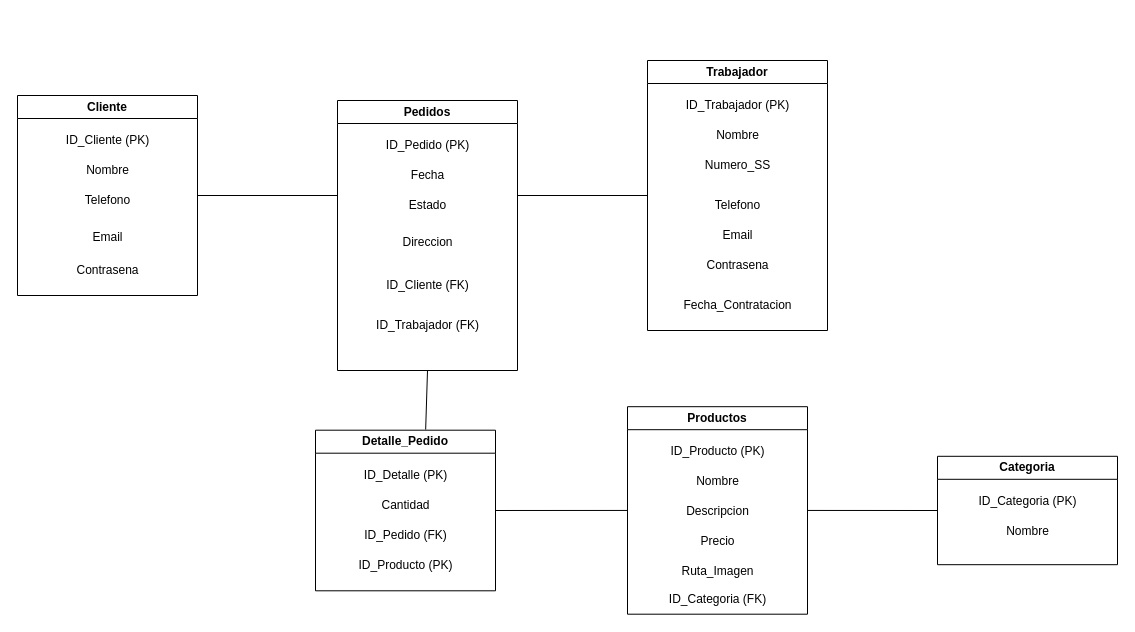
This is Modelo-Relacional/Modelo Relacional.drawio from jblas7/web-final, a draw.io file, before an edit. Source tidied: cells renumbered, new cells numbered last; positions are measured from the earlier drawing's top-left corner, leaving out a move shared by most shapes. Both pictures are drawn from the tidied source at 100%, with x=0, y=0 at pixel (17, 60).
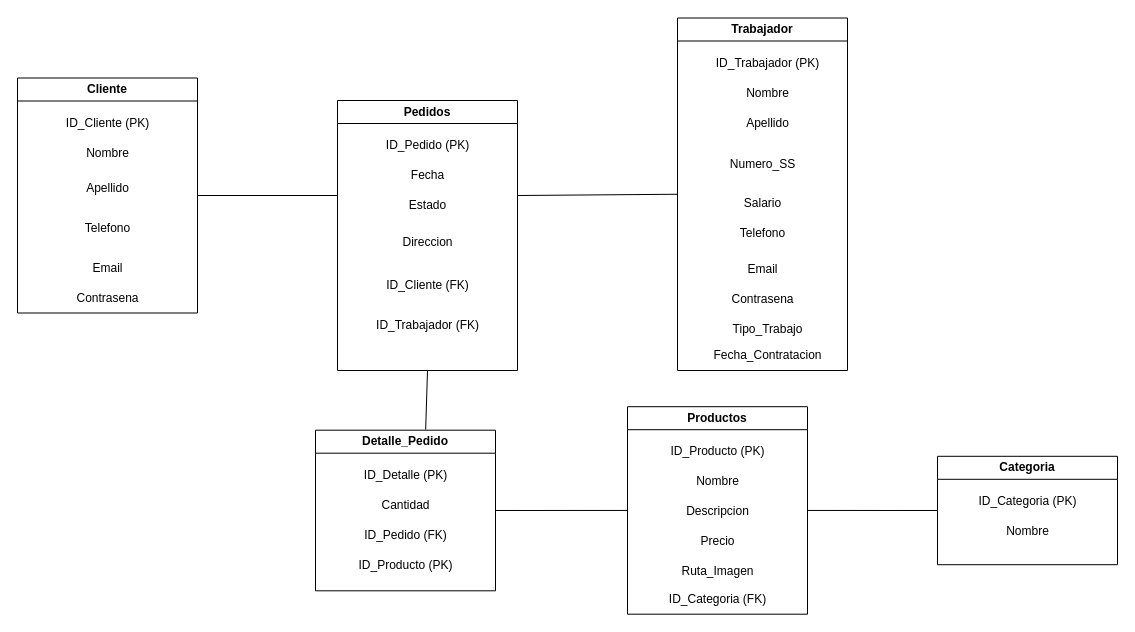
After the change.

Change to the diagram source:
```diff
@@
     <mxCell id="2" value="Cliente" style="swimlane;whiteSpace=wrap;html=1;" parent="1" vertex="1">
-      <mxGeometry y="35" width="180" height="200" as="geometry" />
+      <mxGeometry y="17.5" width="180" height="235" as="geometry" />
     </mxCell>
@@
     <mxCell id="5" value="Telefono" style="text;html=1;align=center;verticalAlign=middle;strokeColor=none;fillColor=none;" parent="2" vertex="1">
-      <mxGeometry x="55" y="90" width="70" height="30" as="geometry" />
+      <mxGeometry x="55" y="135" width="70" height="30" as="geometry" />
     </mxCell>
     <mxCell id="6" value="Email" style="text;html=1;align=center;verticalAlign=middle;strokeColor=none;fillColor=none;" parent="2" vertex="1">
-      <mxGeometry x="65" y="127" width="50" height="30" as="geometry" />
+      <mxGeometry x="65" y="175" width="50" height="30" as="geometry" />
     </mxCell>
     <mxCell id="7" value="Contrasena" style="text;html=1;align=center;verticalAlign=middle;strokeColor=none;fillColor=none;" parent="2" vertex="1">
-      <mxGeometry x="45" y="160" width="90" height="30" as="geometry" />
+      <mxGeometry x="45" y="205" width="90" height="30" as="geometry" />
     </mxCell>
+    <mxCell id="43" value="Apellido" style="text;html=1;align=center;verticalAlign=middle;strokeColor=none;fillColor=none;" parent="2" vertex="1">
+      <mxGeometry x="55" y="95" width="70" height="30" as="geometry" />
+    </mxCell>
@@
     <mxCell id="27" value="Trabajador" style="swimlane;whiteSpace=wrap;html=1;" parent="1" vertex="1">
-      <mxGeometry x="630" width="180" height="270" as="geometry" />
+      <mxGeometry x="660" y="-42.5" width="170" height="352.5" as="geometry" />
     </mxCell>
@@
     <mxCell id="30" value="Numero_SS" style="text;html=1;align=center;verticalAlign=middle;strokeColor=none;fillColor=none;" parent="27" vertex="1">
-      <mxGeometry x="45" y="90" width="90" height="30" as="geometry" />
+      <mxGeometry x="40" y="131.2" width="90" height="30" as="geometry" />
     </mxCell>
     <mxCell id="31" value="Telefono" style="text;html=1;align=center;verticalAlign=middle;strokeColor=none;fillColor=none;" parent="27" vertex="1">
-      <mxGeometry x="55" y="130" width="70" height="30" as="geometry" />
+      <mxGeometry x="50" y="200" width="70" height="30" as="geometry" />
     </mxCell>
     <mxCell id="32" value="Email" style="text;html=1;align=center;verticalAlign=middle;strokeColor=none;fillColor=none;" parent="27" vertex="1">
-      <mxGeometry x="65" y="160" width="50" height="30" as="geometry" />
+      <mxGeometry x="60" y="236" width="50" height="30" as="geometry" />
     </mxCell>
     <mxCell id="33" value="Contrasena" style="text;html=1;align=center;verticalAlign=middle;strokeColor=none;fillColor=none;" parent="27" vertex="1">
-      <mxGeometry x="45" y="190" width="90" height="30" as="geometry" />
+      <mxGeometry x="40" y="266" width="90" height="30" as="geometry" />
     </mxCell>
     <mxCell id="34" value="Fecha_Contratacion" style="text;html=1;align=center;verticalAlign=middle;strokeColor=none;fillColor=none;" parent="27" vertex="1">
-      <mxGeometry x="25" y="230" width="130" height="30" as="geometry" />
+      <mxGeometry x="25" y="322.5" width="130" height="30" as="geometry" />
     </mxCell>
+    <mxCell id="44" value="Tipo_Trabajo" style="text;html=1;align=center;verticalAlign=middle;strokeColor=none;fillColor=none;" parent="27" vertex="1">
+      <mxGeometry x="45" y="296" width="90" height="30" as="geometry" />
+    </mxCell>
+    <mxCell id="45" value="Apellido" style="text;html=1;align=center;verticalAlign=middle;strokeColor=none;fillColor=none;" parent="27" vertex="1">
+      <mxGeometry x="55" y="90" width="70" height="30" as="geometry" />
+    </mxCell>
+    <mxCell id="46" value="Salario" style="text;html=1;align=center;verticalAlign=middle;strokeColor=none;fillColor=none;" parent="27" vertex="1">
+      <mxGeometry x="55" y="170" width="60" height="30" as="geometry" />
+    </mxCell>
```
